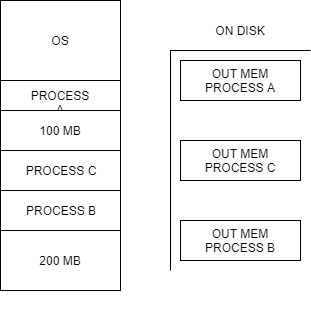
Earlier version of the draw.io export images/splitting_process.png (nganhkhoa/thesis). Source tidied: cells renumbered, new cells last; positions are measured from the earlier drawing's top-left corner, leaving out a move shared by most shapes. Source of this version:
```xml
<mxGraphModel>
  <root>
    <mxCell id="0" />
    <mxCell id="1" parent="0" />
    <mxCell id="2" style="group;" parent="1" vertex="1">
      <mxGeometry width="120" height="330" as="geometry" />
    </mxCell>
    <mxCell id="3" style="group;" parent="2" vertex="1">
      <mxGeometry width="120" height="290" as="geometry" />
    </mxCell>
    <mxCell id="4" style="group;" parent="3" vertex="1">
      <mxGeometry width="120" height="290" as="geometry" />
    </mxCell>
    <mxCell id="5" value="OS" style="rounded=0;whiteSpace=wrap;html=1;" parent="4" vertex="1">
      <mxGeometry width="120" height="80" as="geometry" />
    </mxCell>
    <mxCell id="6" value="PROCESS A" style="rounded=0;whiteSpace=wrap;html=1;" parent="4" vertex="1">
      <mxGeometry y="80" width="120" height="30" as="geometry" />
    </mxCell>
    <mxCell id="7" value="100 MB" style="rounded=0;whiteSpace=wrap;html=1;" parent="4" vertex="1">
      <mxGeometry y="110" width="120" height="40" as="geometry" />
    </mxCell>
    <mxCell id="8" value="PROCESS C" style="rounded=0;whiteSpace=wrap;html=1;" parent="4" vertex="1">
      <mxGeometry y="150" width="120" height="40" as="geometry" />
    </mxCell>
    <mxCell id="9" value="200 MB" style="rounded=0;whiteSpace=wrap;html=1;" parent="4" vertex="1">
      <mxGeometry y="230" width="120" height="60" as="geometry" />
    </mxCell>
    <mxCell id="10" value="PROCESS B" style="rounded=0;whiteSpace=wrap;html=1;" parent="4" vertex="1">
      <mxGeometry y="190" width="120" height="40" as="geometry" />
    </mxCell>
    <mxCell id="11" style="group;" parent="1" vertex="1">
      <mxGeometry x="170" y="20" width="140" height="250" as="geometry" />
    </mxCell>
    <mxCell id="12" style="group;" parent="11" vertex="1">
      <mxGeometry width="140" height="250" as="geometry" />
    </mxCell>
    <mxCell id="13" value="OUT MEM PROCESS A" style="rounded=0;whiteSpace=wrap;html=1;" parent="12" vertex="1">
      <mxGeometry x="10" y="40" width="120" height="40" as="geometry" />
    </mxCell>
    <mxCell id="14" value="OUT MEM PROCESS C" style="rounded=0;whiteSpace=wrap;html=1;" parent="12" vertex="1">
      <mxGeometry x="10" y="120" width="120" height="40" as="geometry" />
    </mxCell>
    <mxCell id="15" value="OUT MEM PROCESS B" style="rounded=0;whiteSpace=wrap;html=1;" parent="12" vertex="1">
      <mxGeometry x="10" y="200" width="120" height="40" as="geometry" />
    </mxCell>
    <mxCell id="16" style="shape=partialRectangle;whiteSpace=wrap;html=1;bottom=0;right=0;fillColor=none;align=left;" parent="12" vertex="1">
      <mxGeometry y="30" width="140" height="220" as="geometry" />
    </mxCell>
    <mxCell id="17" value="ON DISK" style="text;html=1;strokeColor=none;fillColor=none;align=center;verticalAlign=middle;whiteSpace=wrap;rounded=0;" parent="12" vertex="1">
      <mxGeometry x="10" width="120" height="20" as="geometry" />
    </mxCell>
  </root>
</mxGraphModel>
```
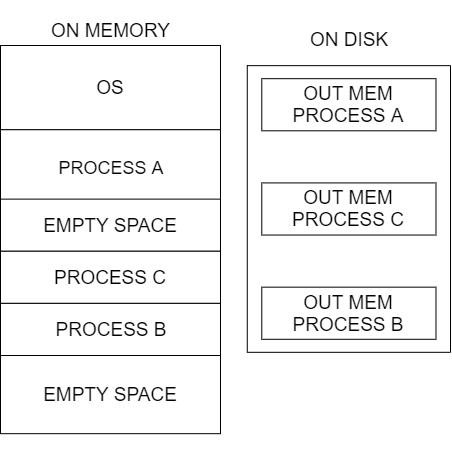
Later version of the same file.

Diff of the diagram source:
```diff
@@ -2,53 +2,71 @@
   <root>
     <mxCell id="0" />
     <mxCell id="1" parent="0" />
+    <mxCell id="18" style="group;fontSize=19;" parent="1" vertex="1">
+      <mxGeometry y="-25" width="450" height="430" as="geometry" />
+    </mxCell>
+    <mxCell id="19" style="group;fontSize=19;" parent="18" vertex="1">
+      <mxGeometry x="246.8" y="26.1" width="203.2" height="325.8" as="geometry" />
+    </mxCell>
+    <mxCell id="11" style="group;fontSize=19;" parent="19" vertex="1">
+      <mxGeometry width="203.2" height="325.8" as="geometry" />
+    </mxCell>
+    <mxCell id="12" style="group;fontSize=19;" parent="11" vertex="1">
+      <mxGeometry width="203.2" height="325.8" as="geometry" />
+    </mxCell>
+    <mxCell id="13" value="OUT MEM PROCESS A" style="rounded=0;whiteSpace=wrap;html=1;fontSize=19;" parent="12" vertex="1">
+      <mxGeometry x="14.5" y="52.1" width="174.2" height="52.1" as="geometry" />
+    </mxCell>
+    <mxCell id="14" value="OUT MEM PROCESS C" style="rounded=0;whiteSpace=wrap;html=1;fontSize=19;" parent="12" vertex="1">
+      <mxGeometry x="14.5" y="156.4" width="174.2" height="52.1" as="geometry" />
+    </mxCell>
+    <mxCell id="15" value="OUT MEM PROCESS B" style="rounded=0;whiteSpace=wrap;html=1;fontSize=19;" parent="12" vertex="1">
+      <mxGeometry x="14.5" y="260.6" width="174.2" height="52.1" as="geometry" />
+    </mxCell>
+    <mxCell id="16" style="shape=partialRectangle;whiteSpace=wrap;html=1;bottom=0;right=0;fillColor=none;align=left;fontSize=19;" parent="12" vertex="1">
+      <mxGeometry y="39.1" width="203.2" height="286.7" as="geometry" />
+    </mxCell>
+    <mxCell id="17" value="ON DISK" style="text;html=1;strokeColor=none;fillColor=none;align=center;verticalAlign=middle;whiteSpace=wrap;rounded=0;fontSize=19;" parent="12" vertex="1">
+      <mxGeometry x="14.5" width="174.2" height="26.1" as="geometry" />
+    </mxCell>
+    <mxCell id="20" style="endArrow=none;html=1;entryX=0;entryY=1;entryDx=0;entryDy=0;exitX=1;exitY=1;exitDx=0;exitDy=0;fontSize=19;" parent="12" edge="1" source="16" target="16">
+      <mxGeometry relative="1" as="geometry" />
+    </mxCell>
+    <mxCell id="21" style="endArrow=none;html=1;entryX=1;entryY=1;entryDx=0;entryDy=0;exitX=1;exitY=0;exitDx=0;exitDy=0;fontSize=19;" parent="12" edge="1" source="16" target="16">
+      <mxGeometry relative="1" as="geometry" />
+    </mxCell>
+    <mxCell id="22" value="ON MEMORY" style="text;html=1;align=center;verticalAlign=middle;fontSize=19;" parent="18" vertex="1">
+      <mxGeometry x="45" y="15" width="130" height="30" as="geometry" />
+    </mxCell>
-    <mxCell id="2" style="group;" parent="1" vertex="1">
-      <mxGeometry width="120" height="330" as="geometry" />
+    <mxCell id="2" style="group;fontSize=19;" parent="1" vertex="1">
+      <mxGeometry width="220" height="430" as="geometry" />
     </mxCell>
+    <mxCell id="23" style="group;fontSize=19;" parent="2" vertex="1">
+      <mxGeometry width="220" height="377.9" as="geometry" />
+    </mxCell>
-    <mxCell id="3" style="group;" parent="2" vertex="1">
-      <mxGeometry width="120" height="290" as="geometry" />
+    <mxCell id="3" style="group;fontSize=19;" parent="23" vertex="1">
+      <mxGeometry width="220" height="377.9" as="geometry" />
     </mxCell>
-    <mxCell id="4" style="group;" parent="3" vertex="1">
-      <mxGeometry width="120" height="290" as="geometry" />
+    <mxCell id="4" style="group;fontSize=19;" parent="3" vertex="1">
+      <mxGeometry width="220" height="377.9" as="geometry" />
     </mxCell>
-    <mxCell id="5" value="OS" style="rounded=0;whiteSpace=wrap;html=1;" parent="4" vertex="1">
-      <mxGeometry width="120" height="80" as="geometry" />
+    <mxCell id="5" value="OS" style="rounded=0;whiteSpace=wrap;html=1;fontSize=19;" parent="4" vertex="1">
+      <mxGeometry y="20" width="220" height="84.2" as="geometry" />
     </mxCell>
-    <mxCell id="6" value="PROCESS A" style="rounded=0;whiteSpace=wrap;html=1;" parent="4" vertex="1">
-      <mxGeometry y="80" width="120" height="30" as="geometry" />
+    <mxCell id="6" value="&lt;font style=&quot;font-size: 18px&quot;&gt;PROCESS A&lt;/font&gt;" style="rounded=0;whiteSpace=wrap;html=1;fontSize=19;align=center;" parent="4" vertex="1">
+      <mxGeometry y="104.2" width="220" height="75.8" as="geometry" />
     </mxCell>
-    <mxCell id="7" value="100 MB" style="rounded=0;whiteSpace=wrap;html=1;" parent="4" vertex="1">
-      <mxGeometry y="110" width="120" height="40" as="geometry" />
+    <mxCell id="7" value="EMPTY SPACE" style="rounded=0;whiteSpace=wrap;html=1;fontSize=19;" parent="4" vertex="1">
+      <mxGeometry y="173.6" width="220" height="52.1" as="geometry" />
     </mxCell>
-    <mxCell id="8" value="PROCESS C" style="rounded=0;whiteSpace=wrap;html=1;" parent="4" vertex="1">
-      <mxGeometry y="150" width="120" height="40" as="geometry" />
+    <mxCell id="8" value="PROCESS C" style="rounded=0;whiteSpace=wrap;html=1;fontSize=19;" parent="4" vertex="1">
+      <mxGeometry y="225.8" width="220" height="52.1" as="geometry" />
     </mxCell>
-    <mxCell id="9" value="200 MB" style="rounded=0;whiteSpace=wrap;html=1;" parent="4" vertex="1">
-      <mxGeometry y="230" width="120" height="60" as="geometry" />
+    <mxCell id="9" value="EMPTY SPACE" style="rounded=0;whiteSpace=wrap;html=1;fontSize=19;" parent="4" vertex="1">
+      <mxGeometry y="330" width="220" height="78.2" as="geometry" />
     </mxCell>
-    <mxCell id="10" value="PROCESS B" style="rounded=0;whiteSpace=wrap;html=1;" parent="4" vertex="1">
-      <mxGeometry y="190" width="120" height="40" as="geometry" />
+    <mxCell id="10" value="PROCESS B" style="rounded=0;whiteSpace=wrap;html=1;fontSize=19;" parent="4" vertex="1">
+      <mxGeometry y="277.9" width="220" height="52.1" as="geometry" />
     </mxCell>
-    <mxCell id="11" style="group;" parent="1" vertex="1">
-      <mxGeometry x="170" y="20" width="140" height="250" as="geometry" />
-    </mxCell>
-    <mxCell id="12" style="group;" parent="11" vertex="1">
-      <mxGeometry width="140" height="250" as="geometry" />
-    </mxCell>
-    <mxCell id="13" value="OUT MEM PROCESS A" style="rounded=0;whiteSpace=wrap;html=1;" parent="12" vertex="1">
-      <mxGeometry x="10" y="40" width="120" height="40" as="geometry" />
-    </mxCell>
-    <mxCell id="14" value="OUT MEM PROCESS C" style="rounded=0;whiteSpace=wrap;html=1;" parent="12" vertex="1">
-      <mxGeometry x="10" y="120" width="120" height="40" as="geometry" />
-    </mxCell>
-    <mxCell id="15" value="OUT MEM PROCESS B" style="rounded=0;whiteSpace=wrap;html=1;" parent="12" vertex="1">
-      <mxGeometry x="10" y="200" width="120" height="40" as="geometry" />
-    </mxCell>
-    <mxCell id="16" style="shape=partialRectangle;whiteSpace=wrap;html=1;bottom=0;right=0;fillColor=none;align=left;" parent="12" vertex="1">
-      <mxGeometry y="30" width="140" height="220" as="geometry" />
-    </mxCell>
-    <mxCell id="17" value="ON DISK" style="text;html=1;strokeColor=none;fillColor=none;align=center;verticalAlign=middle;whiteSpace=wrap;rounded=0;" parent="12" vertex="1">
-      <mxGeometry x="10" width="120" height="20" as="geometry" />
-    </mxCell>
   </root>
 </mxGraphModel>
```
